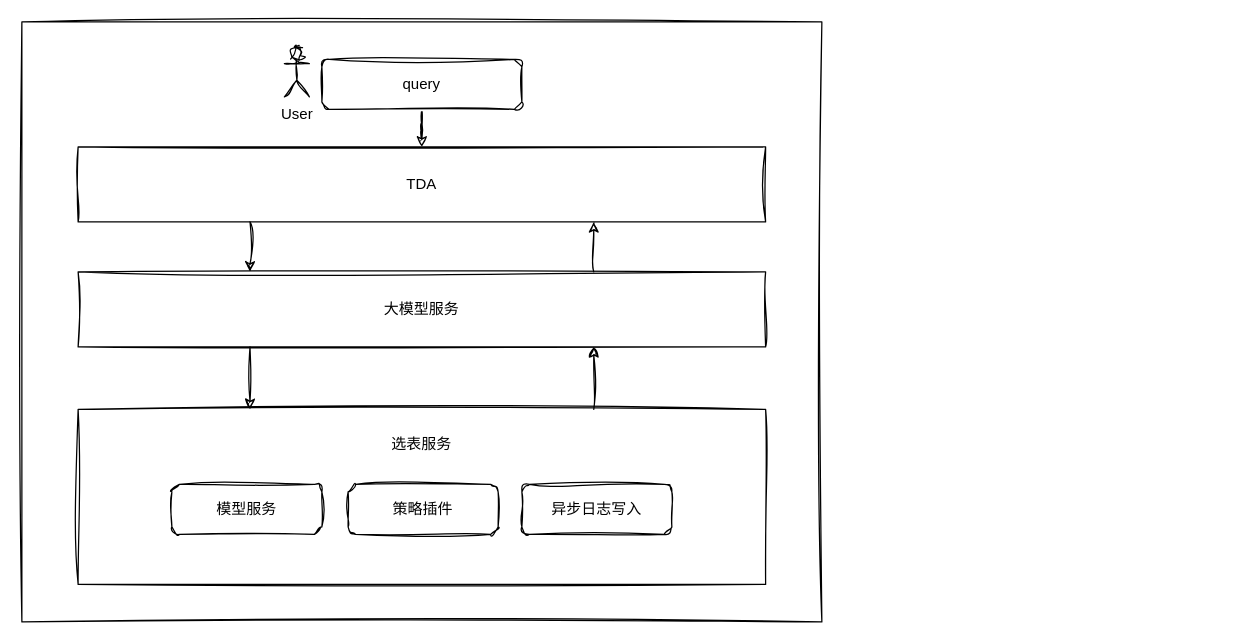
Earlier version of the draw.io diagram chatbi/xuanbiao.drawio (cavaljames/work-diagrams). Source tidied: cells renumbered, new cells numbered last; positions are measured from the earlier drawing's top-left corner, leaving out a move shared by most shapes. Both pictures are drawn from the tidied source at 125%, with x=0, y=0 at pixel (21, 21).
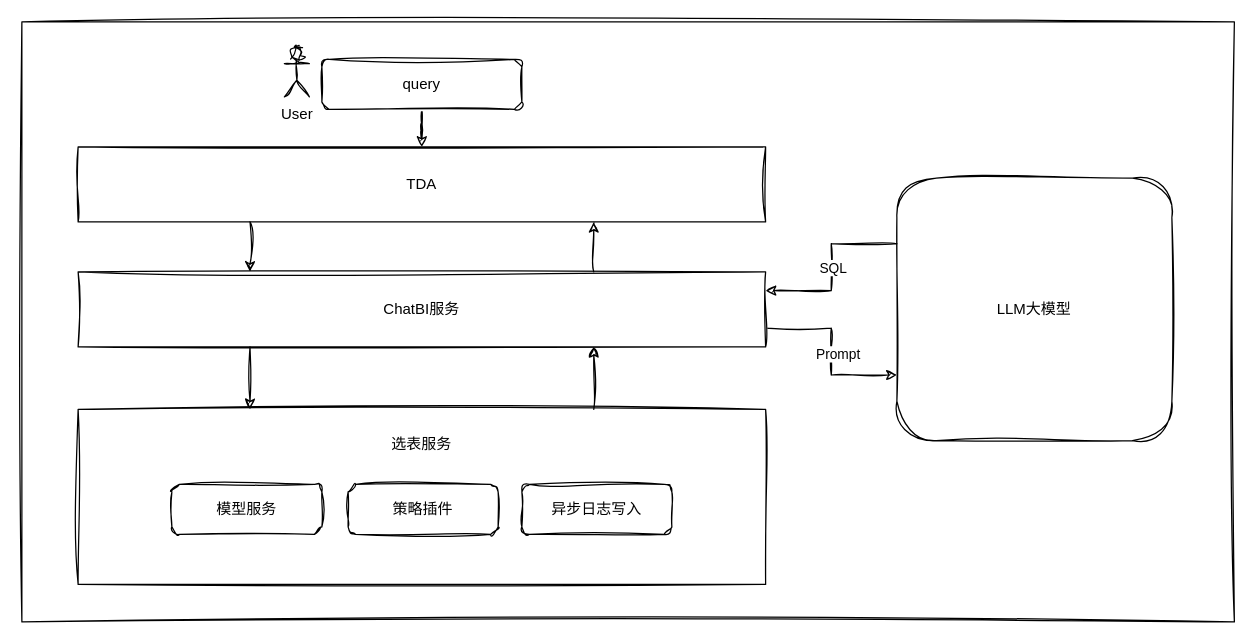
After the change.

What changed in the source:
```diff
@@
     <mxCell id="2" style="rounded=0;whiteSpace=wrap;html=1;sketch=1;hachureGap=4;jiggle=2;curveFitting=1;" parent="1" vertex="1">
-      <mxGeometry width="640" height="480" as="geometry" />
+      <mxGeometry width="970" height="480" as="geometry" />
     </mxCell>
@@
+    <mxCell id="16" style="edgeStyle=orthogonalEdgeStyle;rounded=0;sketch=1;hachureGap=4;jiggle=2;curveFitting=1;jettySize=auto;html=1;exitX=1;exitY=0.75;exitDx=0;exitDy=0;entryX=0;entryY=0.75;entryDx=0;entryDy=0;" parent="1" edge="1" source="6" target="20">
+      <mxGeometry relative="1" as="geometry" />
+    </mxCell>
+    <mxCell id="17" value="Prompt" style="edgeLabel;html=1;align=center;verticalAlign=middle;sketch=1;hachureGap=4;jiggle=2;curveFitting=1;" parent="16" vertex="1">
+      <mxGeometry x="0.03" y="5" relative="1" as="geometry" />
+    </mxCell>
-    <mxCell id="6" value="大模型服务" style="rounded=0;whiteSpace=wrap;html=1;sketch=1;hachureGap=4;jiggle=2;curveFitting=1;" parent="1" vertex="1">
+    <mxCell id="6" value="ChatBI服务" style="rounded=0;whiteSpace=wrap;html=1;sketch=1;hachureGap=4;jiggle=2;curveFitting=1;" parent="1" vertex="1">
       <mxGeometry x="45" y="200" width="550" height="60" as="geometry" />
     </mxCell>
@@
+    <mxCell id="18" style="edgeStyle=orthogonalEdgeStyle;rounded=0;sketch=1;hachureGap=4;jiggle=2;curveFitting=1;jettySize=auto;html=1;exitX=0;exitY=0.25;exitDx=0;exitDy=0;entryX=1;entryY=0.25;entryDx=0;entryDy=0;" parent="1" edge="1" source="20" target="6">
+      <mxGeometry relative="1" as="geometry" />
+    </mxCell>
+    <mxCell id="19" value="SQL" style="edgeLabel;html=1;align=center;verticalAlign=middle;sketch=1;hachureGap=4;jiggle=2;curveFitting=1;" parent="18" vertex="1">
+      <mxGeometry x="-0.01" y="1" relative="1" as="geometry" />
+    </mxCell>
+    <mxCell id="20" value="LLM大模型" style="rounded=1;whiteSpace=wrap;html=1;sketch=1;hachureGap=4;jiggle=2;curveFitting=1;" parent="1" vertex="1">
+      <mxGeometry x="700" y="125" width="220" height="210" as="geometry" />
+    </mxCell>
```
